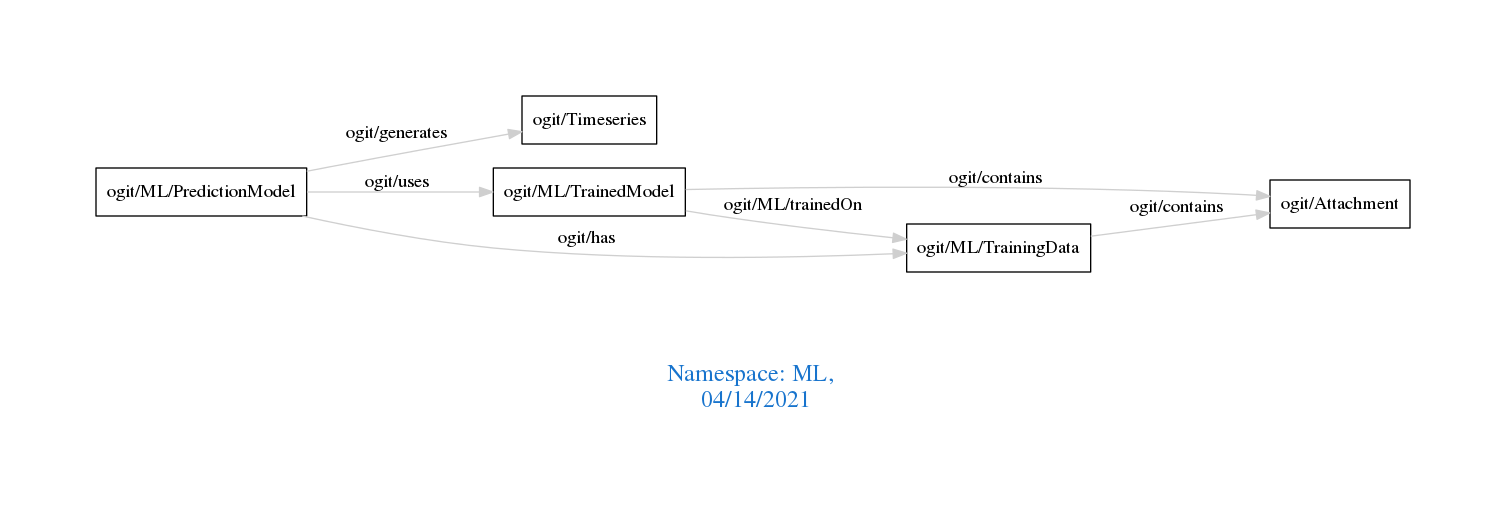
The Graphviz diagram downloads/ML.png in arago/OGIT, before a commit. Its source is kept beside it as downloads/ML.dot.
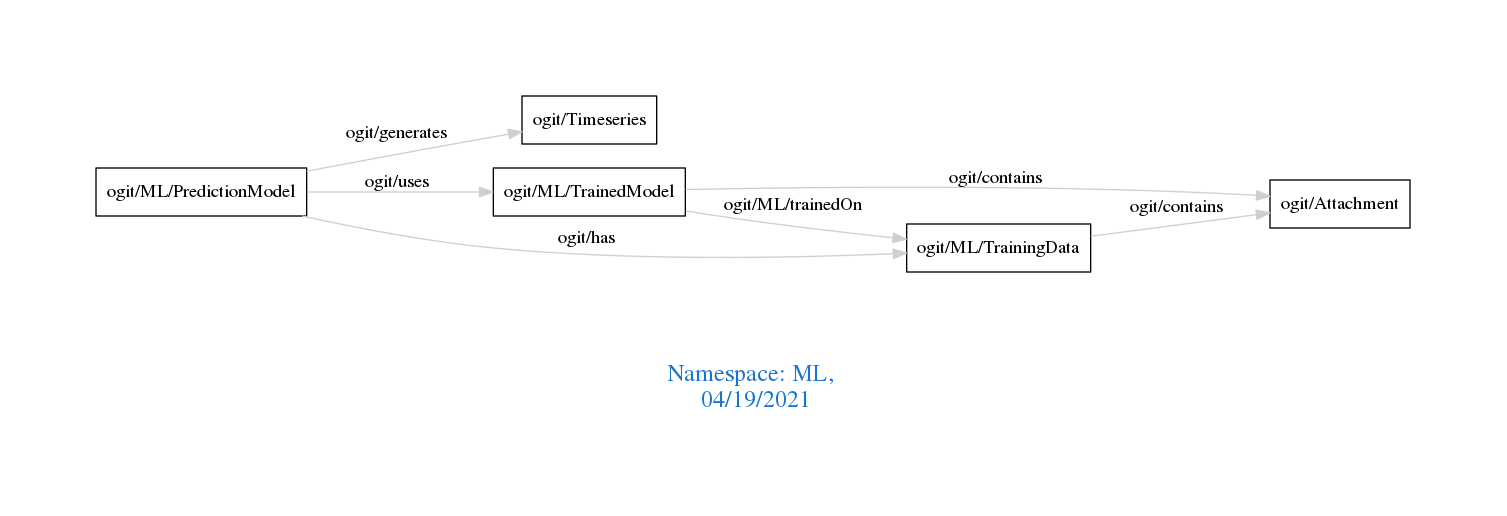
After the commit.

The edit, as a diff of the source:
```diff
@@ -1,7 +1,7 @@
 digraph OGIT_ontology {
  graph [ rankdir= LR,pad=1
 fontsize = 18,
-fontcolor= dodgerblue3,label = "\n\n\nNamespace: ML, \n 04/14/2021"];
+fontcolor= dodgerblue3,label = "\n\n\nNamespace: ML, \n 04/19/2021"];
 node[shape=polygon];
 edge [  color="gray81"];
 
```
